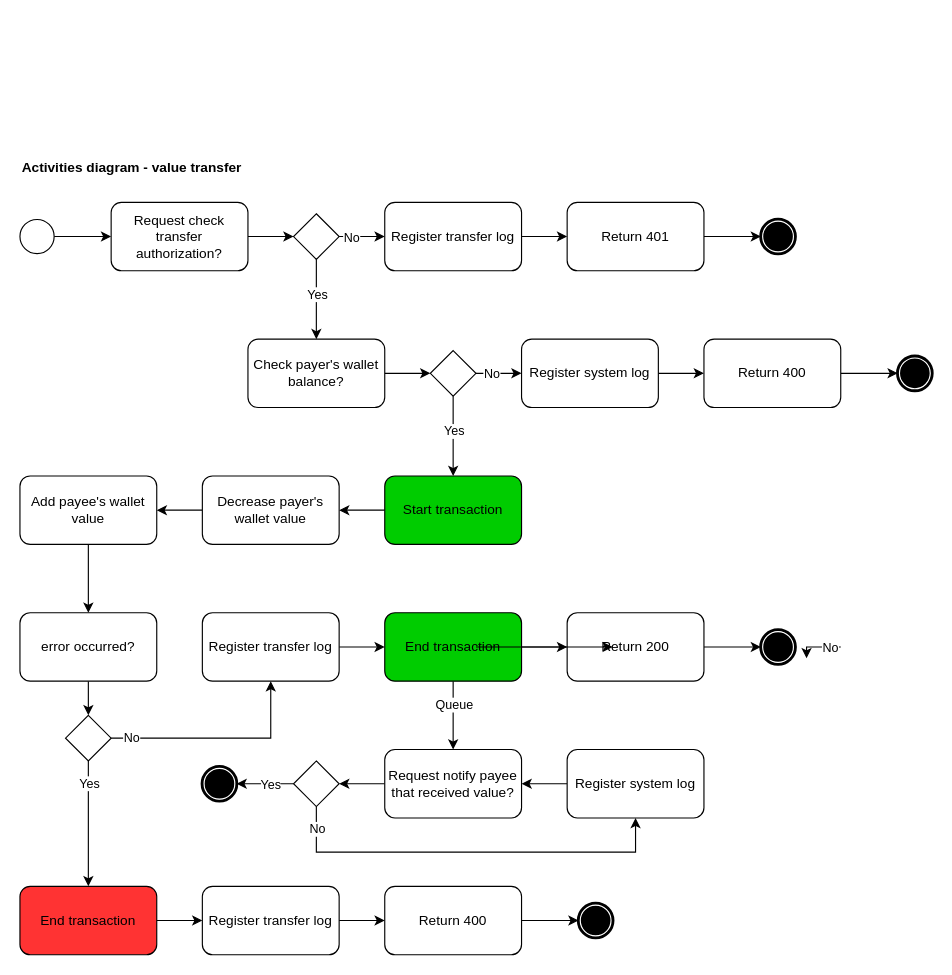
Earlier version of the draw.io diagram page "Activities diagram" (3 of 4) of docs/diagrams.drawio (igorfelcam/papibaquigrafo). Source tidied: cells renumbered, new cells numbered last; positions are measured from the earlier drawing's top-left corner, leaving out a move shared by most shapes. Both pictures are drawn from the tidied source at 114%, with x=0, y=0 at pixel (19, 156).
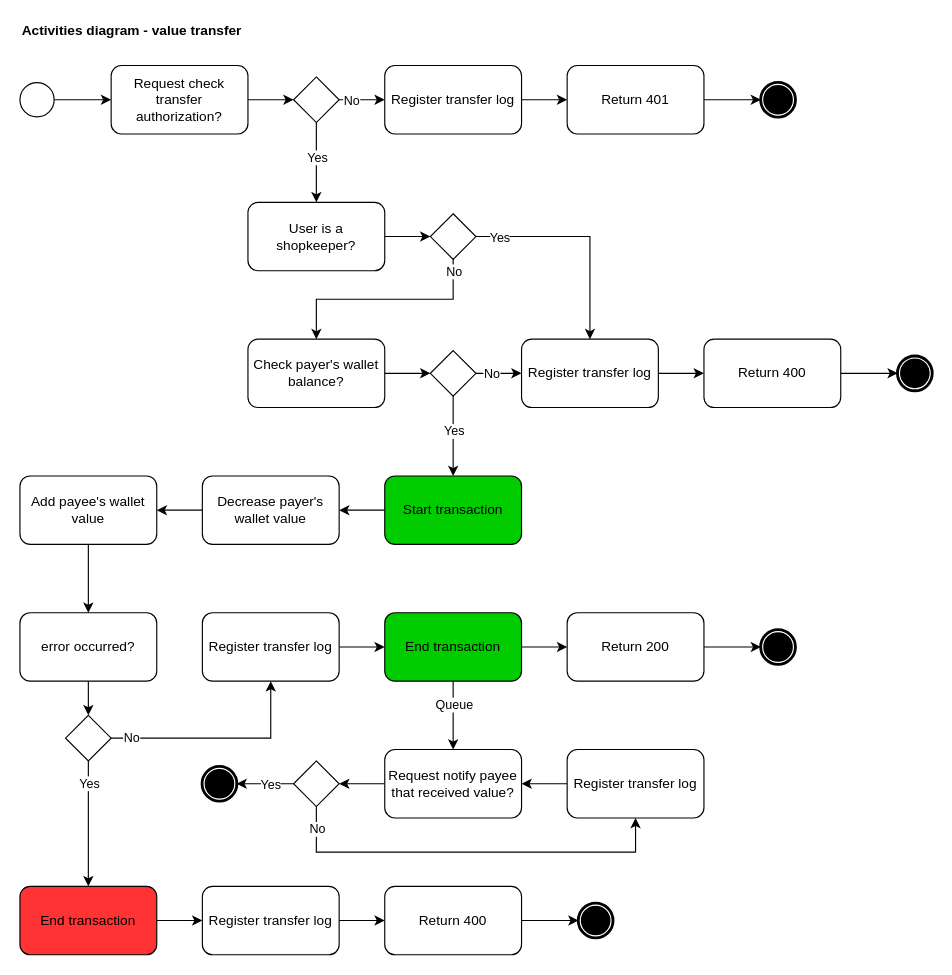
Above is the later version.

The change refers to these unchanged cells:
```xml
<mxCell id="16" value="Check payer's wallet balance?" style="rounded=1;whiteSpace=wrap;html=1;" parent="1" vertex="1">
  <mxGeometry x="200" y="160" width="120" height="60" as="geometry" />
</mxCell>
```

Diff of the diagram source:
```diff
@@
     <mxCell id="2" value="&lt;b&gt;Activities diagram&lt;/b&gt;&lt;b&gt;&amp;nbsp;- value transfer&lt;/b&gt;" style="text;html=1;strokeColor=none;fillColor=none;align=left;verticalAlign=middle;whiteSpace=wrap;rounded=0;" parent="1" vertex="1">
-      <mxGeometry width="240" height="20" as="geometry" />
+      <mxGeometry y="-120" width="240" height="20" as="geometry" />
     </mxCell>
@@
     <mxCell id="5" style="edgeStyle=orthogonalEdgeStyle;rounded=0;orthogonalLoop=1;jettySize=auto;html=1;exitX=0.5;exitY=1;exitDx=0;exitDy=0;entryX=0.5;entryY=0;entryDx=0;entryDy=0;" parent="1" edge="1">
       <mxGeometry relative="1" as="geometry">
-        <mxPoint x="740" y="340" as="sourcePoint" />
+        <mxPoint x="740" y="220" as="sourcePoint" />
       </mxGeometry>
     </mxCell>
@@
     <mxCell id="18" style="shape=mxgraph.bpmn.shape;html=1;verticalLabelPosition=bottom;labelBackgroundColor=#ffffff;verticalAlign=top;align=center;perimeter=ellipsePerimeter;outlineConnect=0;outline=standard;symbol=general;" parent="1" vertex="1">
-      <mxGeometry y="55" width="30" height="30" as="geometry" />
+      <mxGeometry y="-65" width="30" height="30" as="geometry" />
     </mxCell>
@@
-    <mxCell id="26" style="edgeStyle=orthogonalEdgeStyle;rounded=0;orthogonalLoop=1;jettySize=auto;html=1;exitX=0;exitY=0.5;exitDx=0;exitDy=0;entryX=1;entryY=0.5;entryDx=0;entryDy=0;" parent="1" edge="1">
-      <mxGeometry relative="1" as="geometry">
-        <mxPoint x="720" y="430" as="sourcePoint" />
-        <mxPoint x="690" y="440" as="targetPoint" />
-      </mxGeometry>
-    </mxCell>
-    <mxCell id="27" value="No" style="edgeLabel;html=1;align=center;verticalAlign=middle;" parent="26" vertex="1">
-      <mxGeometry x="-0.24" y="1" relative="1" as="geometry">
-        <mxPoint x="5.1" y="-1" as="offset" />
-      </mxGeometry>
-    </mxCell>
     <mxCell id="28" style="edgeStyle=orthogonalEdgeStyle;rounded=0;orthogonalLoop=1;jettySize=auto;html=1;exitX=0;exitY=0.5;exitDx=0;exitDy=0;entryX=1;entryY=0.5;entryDx=0;entryDy=0;" parent="1" edge="1">
       <mxGeometry relative="1" as="geometry">
-        <mxPoint x="240" y="430" as="sourcePoint" />
+        <mxPoint x="240" y="310" as="sourcePoint" />
       </mxGeometry>
     </mxCell>
     <mxCell id="29" style="edgeStyle=orthogonalEdgeStyle;rounded=0;orthogonalLoop=1;jettySize=auto;html=1;exitX=0;exitY=0.5;exitDx=0;exitDy=0;entryX=1;entryY=0.5;entryDx=0;entryDy=0;" parent="1" edge="1">
       <mxGeometry relative="1" as="geometry">
-        <mxPoint x="80" y="430" as="sourcePoint" />
+        <mxPoint x="80" y="310" as="sourcePoint" />
       </mxGeometry>
     </mxCell>
@@
-    <mxCell id="34" style="edgeStyle=orthogonalEdgeStyle;rounded=0;orthogonalLoop=1;jettySize=auto;html=1;exitX=0;exitY=0.5;exitDx=0;exitDy=0;entryX=1;entryY=0.5;entryDx=0;entryDy=0;" parent="1" edge="1">
-      <mxGeometry relative="1" as="geometry">
-        <mxPoint x="400" y="430" as="sourcePoint" />
-        <mxPoint x="520" y="430" as="targetPoint" />
-      </mxGeometry>
-    </mxCell>
@@
-    <mxCell id="41" value="Register system log" style="rounded=1;whiteSpace=wrap;html=1;" parent="1" vertex="1">
+    <mxCell id="41" value="Register transfer log" style="rounded=1;whiteSpace=wrap;html=1;" parent="1" vertex="1">
       <mxGeometry x="440" y="160" width="120" height="60" as="geometry" />
     </mxCell>
@@
     <mxCell id="43" style="edgeStyle=orthogonalEdgeStyle;rounded=0;orthogonalLoop=1;jettySize=auto;html=1;exitX=0;exitY=0.5;exitDx=0;exitDy=0;entryX=1;entryY=0.5;entryDx=0;entryDy=0;" parent="1" edge="1">
       <mxGeometry relative="1" as="geometry">
-        <mxPoint x="560" y="430" as="sourcePoint" />
+        <mxPoint x="560" y="310" as="sourcePoint" />
       </mxGeometry>
     </mxCell>
@@
-    <mxCell id="47" value="Register system log" style="rounded=1;whiteSpace=wrap;html=1;" parent="1" vertex="1">
+    <mxCell id="47" value="Register transfer log" style="rounded=1;whiteSpace=wrap;html=1;" parent="1" vertex="1">
       <mxGeometry x="480" y="520" width="120" height="60" as="geometry" />
     </mxCell>
@@
     <mxCell id="50" value="Request check transfer authorization?" style="rounded=1;whiteSpace=wrap;html=1;" parent="1" vertex="1">
-      <mxGeometry x="80" y="40" width="120" height="60" as="geometry" />
+      <mxGeometry x="80" y="-80" width="120" height="60" as="geometry" />
     </mxCell>
-    <mxCell id="51" style="edgeStyle=orthogonalEdgeStyle;rounded=0;jettySize=auto;html=1;exitX=0.5;exitY=1;exitDx=0;exitDy=0;entryX=0.5;entryY=0;entryDx=0;entryDy=0;" parent="1" edge="1" source="55" target="16">
+    <mxCell id="51" style="edgeStyle=orthogonalEdgeStyle;rounded=0;jettySize=auto;html=1;exitX=0.5;exitY=1;exitDx=0;exitDy=0;entryX=0.5;entryY=0;entryDx=0;entryDy=0;" parent="1" edge="1" source="55" target="76">
       <mxGeometry relative="1" as="geometry" />
     </mxCell>
@@
     <mxCell id="55" style="rhombus;whiteSpace=wrap;html=1;" parent="1" vertex="1">
-      <mxGeometry x="240" y="50" width="40" height="40" as="geometry" />
+      <mxGeometry x="240" y="-70" width="40" height="40" as="geometry" />
     </mxCell>
@@
     <mxCell id="57" value="Register transfer log" style="rounded=1;whiteSpace=wrap;html=1;" parent="1" vertex="1">
-      <mxGeometry x="320" y="40" width="120" height="60" as="geometry" />
+      <mxGeometry x="320" y="-80" width="120" height="60" as="geometry" />
     </mxCell>
@@
     <mxCell id="59" value="Return 401" style="rounded=1;whiteSpace=wrap;html=1;" parent="1" vertex="1">
-      <mxGeometry x="480" y="40" width="120" height="60" as="geometry" />
+      <mxGeometry x="480" y="-80" width="120" height="60" as="geometry" />
     </mxCell>
     <mxCell id="60" style="shape=mxgraph.bpmn.shape;html=1;verticalLabelPosition=bottom;labelBackgroundColor=#ffffff;verticalAlign=top;align=center;perimeter=ellipsePerimeter;outlineConnect=0;outline=end;symbol=terminate;" parent="1" vertex="1">
-      <mxGeometry x="650" y="55" width="30" height="30" as="geometry" />
+      <mxGeometry x="650" y="-65" width="30" height="30" as="geometry" />
     </mxCell>
@@
+    <mxCell id="75" style="edgeStyle=orthogonalEdgeStyle;rounded=0;jettySize=auto;html=1;exitX=1;exitY=0.5;exitDx=0;exitDy=0;entryX=0;entryY=0.5;entryDx=0;entryDy=0;" parent="1" edge="1" source="76" target="80">
+      <mxGeometry relative="1" as="geometry" />
+    </mxCell>
+    <mxCell id="76" value="User is a shopkeeper?" style="rounded=1;whiteSpace=wrap;html=1;" parent="1" vertex="1">
+      <mxGeometry x="200" y="40" width="120" height="60" as="geometry" />
+    </mxCell>
+    <mxCell id="77" style="edgeStyle=orthogonalEdgeStyle;rounded=0;jettySize=auto;html=1;exitX=1;exitY=0.5;exitDx=0;exitDy=0;entryX=0.5;entryY=0;entryDx=0;entryDy=0;" parent="1" edge="1" source="80" target="41">
+      <mxGeometry relative="1" as="geometry" />
+    </mxCell>
+    <mxCell id="78" value="Yes" style="edgeLabel;html=1;align=center;verticalAlign=middle;" parent="77" vertex="1">
+      <mxGeometry x="-0.33" relative="1" as="geometry">
+        <mxPoint x="-44" as="offset" />
+      </mxGeometry>
+    </mxCell>
+    <mxCell id="79" style="edgeStyle=orthogonalEdgeStyle;rounded=0;jettySize=auto;html=1;exitX=0.5;exitY=1;exitDx=0;exitDy=0;entryX=0.5;entryY=0;entryDx=0;entryDy=0;" parent="1" edge="1" source="80" target="16">
+      <mxGeometry relative="1" as="geometry" />
+    </mxCell>
+    <mxCell id="27" value="No" style="edgeLabel;html=1;align=center;verticalAlign=middle;" parent="79" vertex="1">
+      <mxGeometry x="-0.92" y="1" relative="1" as="geometry">
+        <mxPoint x="-1" y="2.6" as="offset" />
+      </mxGeometry>
+    </mxCell>
+    <mxCell id="80" style="rhombus;whiteSpace=wrap;html=1;" parent="1" vertex="1">
+      <mxGeometry x="360" y="50" width="40" height="40" as="geometry" />
+    </mxCell>
```
